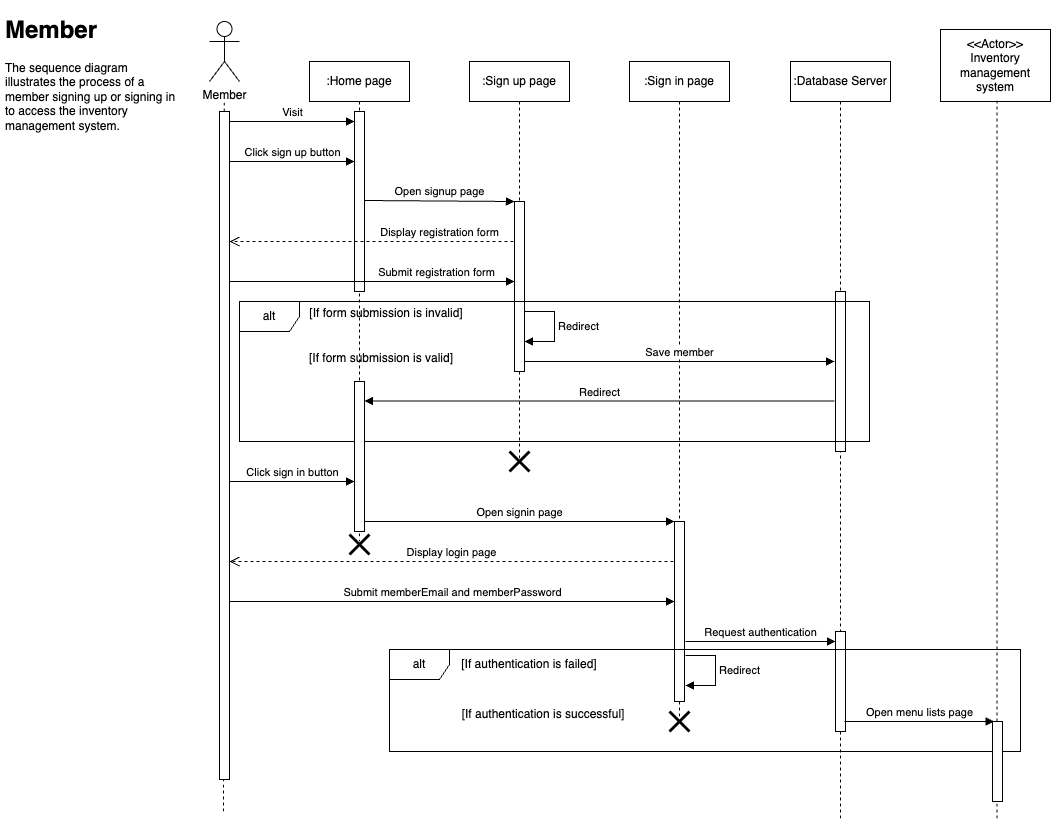
Before: sequence_diagram(Member).drawio.png, a diagram exported from draw.io (Rlohaustralia/oporto-inventory-management-system). Source tidied: cells renumbered, new cells last; positions are measured from the earlier drawing's top-left corner, leaving out a move shared by most shapes. The source it was exported from:
```xml
<mxGraphModel>
  <root>
    <mxCell id="0" />
    <mxCell id="1" parent="0" />
    <mxCell id="2" value="Member" style="shape=umlActor;verticalLabelPosition=bottom;verticalAlign=top;html=1;" parent="1" vertex="1">
      <mxGeometry x="209" y="11" width="30" height="60" as="geometry" />
    </mxCell>
    <mxCell id="3" style="endArrow=none;dashed=1;html=1;rounded=0;" parent="1" edge="1" source="5">
      <mxGeometry relative="1" as="geometry">
        <mxPoint x="223.6" y="91" as="targetPoint" />
      </mxGeometry>
    </mxCell>
    <mxCell id="4" style="endArrow=none;dashed=1;html=1;rounded=0;" parent="1" edge="1" target="5">
      <mxGeometry relative="1" as="geometry">
        <mxPoint x="223" y="801" as="sourcePoint" />
      </mxGeometry>
    </mxCell>
    <mxCell id="5" style="html=1;points=[[0,0,0,0,5],[0,1,0,0,-5],[1,0,0,0,5],[1,1,0,0,-5]];perimeter=orthogonalPerimeter;outlineConnect=0;targetShapes=umlLifeline;portConstraint=eastwest;newEdgeStyle={&quot;curved&quot;:0,&quot;rounded&quot;:0};" parent="1" vertex="1">
      <mxGeometry x="219" y="101" width="10" height="668" as="geometry" />
    </mxCell>
    <mxCell id="6" value=":Home page" style="shape=umlLifeline;perimeter=lifelinePerimeter;whiteSpace=wrap;html=1;newEdgeStyle={&quot;curved&quot;:0,&quot;rounded&quot;:0};" parent="1" vertex="1">
      <mxGeometry x="309" y="51" width="100" height="480" as="geometry" />
    </mxCell>
    <mxCell id="7" style="html=1;points=[[0,0,0,0,5],[0,1,0,0,-5],[1,0,0,0,5],[1,1,0,0,-5]];perimeter=orthogonalPerimeter;outlineConnect=0;targetShapes=umlLifeline;portConstraint=eastwest;newEdgeStyle={&quot;curved&quot;:0,&quot;rounded&quot;:0};" parent="6" vertex="1">
      <mxGeometry x="45" y="50" width="10" height="180" as="geometry" />
    </mxCell>
    <mxCell id="8" value=":Sign up page" style="shape=umlLifeline;perimeter=lifelinePerimeter;whiteSpace=wrap;html=1;newEdgeStyle={&quot;curved&quot;:0,&quot;rounded&quot;:0};" parent="1" vertex="1">
      <mxGeometry x="469" y="51" width="100" height="400" as="geometry" />
    </mxCell>
    <mxCell id="9" style="html=1;points=[[0,0,0,0,5],[0,1,0,0,-5],[1,0,0,0,5],[1,1,0,0,-5]];perimeter=orthogonalPerimeter;outlineConnect=0;targetShapes=umlLifeline;portConstraint=eastwest;newEdgeStyle={&quot;curved&quot;:0,&quot;rounded&quot;:0};" parent="8" vertex="1">
      <mxGeometry x="45" y="140" width="10" height="170" as="geometry" />
    </mxCell>
    <mxCell id="10" value="Redirect" style="html=1;align=left;spacingLeft=2;endArrow=block;rounded=0;edgeStyle=orthogonalEdgeStyle;curved=0;rounded=0;" parent="8" edge="1">
      <mxGeometry relative="1" as="geometry">
        <mxPoint x="55" y="250" as="sourcePoint" />
        <mxPoint x="55" y="280" as="targetPoint" />
        <Array as="points">
          <mxPoint x="85" y="280" />
        </Array>
      </mxGeometry>
    </mxCell>
    <mxCell id="11" value=":Sign in page" style="shape=umlLifeline;perimeter=lifelinePerimeter;whiteSpace=wrap;html=1;newEdgeStyle={&quot;curved&quot;:0,&quot;rounded&quot;:0};" parent="1" vertex="1">
      <mxGeometry x="629" y="51" width="100" height="660" as="geometry" />
    </mxCell>
    <mxCell id="12" style="html=1;points=[[0,0,0,0,5],[0,1,0,0,-5],[1,0,0,0,5],[1,1,0,0,-5]];perimeter=orthogonalPerimeter;outlineConnect=0;targetShapes=umlLifeline;portConstraint=eastwest;newEdgeStyle={&quot;curved&quot;:0,&quot;rounded&quot;:0};" parent="11" vertex="1">
      <mxGeometry x="45" y="460" width="10" height="180" as="geometry" />
    </mxCell>
    <mxCell id="13" value="Visit" style="html=1;verticalAlign=bottom;endArrow=block;curved=0;rounded=0;" parent="1" edge="1" target="7">
      <mxGeometry relative="1" as="geometry">
        <mxPoint x="229" y="111" as="sourcePoint" />
      </mxGeometry>
    </mxCell>
    <mxCell id="14" value="Click sign up button" style="html=1;verticalAlign=bottom;endArrow=block;curved=0;rounded=0;" parent="1" edge="1" target="7">
      <mxGeometry x="0.01" relative="1" as="geometry">
        <mxPoint x="229" y="151" as="sourcePoint" />
      </mxGeometry>
    </mxCell>
    <mxCell id="15" value="Open signup page" style="html=1;verticalAlign=bottom;endArrow=block;curved=0;rounded=0;" parent="1" edge="1" target="9">
      <mxGeometry relative="1" as="geometry">
        <mxPoint x="364" y="190" as="sourcePoint" />
      </mxGeometry>
    </mxCell>
    <mxCell id="16" value=":Database Server" style="shape=umlLifeline;perimeter=lifelinePerimeter;whiteSpace=wrap;html=1;newEdgeStyle={&quot;curved&quot;:0,&quot;rounded&quot;:0};" parent="1" vertex="1">
      <mxGeometry x="790" y="51" width="100" height="760" as="geometry" />
    </mxCell>
    <mxCell id="17" style="html=1;perimeter=orthogonalPerimeter;targetShapes=umlLifeline;newEdgeStyle={&quot;curved&quot;:0,&quot;rounded&quot;:0};" parent="16" vertex="1">
      <mxGeometry x="45" y="230" width="10" height="160" as="geometry" />
    </mxCell>
    <mxCell id="18" style="html=1;perimeter=orthogonalPerimeter;targetShapes=umlLifeline;newEdgeStyle={&quot;curved&quot;:0,&quot;rounded&quot;:0};" parent="16" vertex="1">
      <mxGeometry x="45" y="570" width="10" height="100" as="geometry" />
    </mxCell>
    <mxCell id="19" value="Submit registration form" style="html=1;verticalAlign=bottom;endArrow=block;curved=0;rounded=0;" parent="1" edge="1" target="9">
      <mxGeometry x="0.45" relative="1" as="geometry">
        <mxPoint x="229" y="271" as="sourcePoint" />
      </mxGeometry>
    </mxCell>
    <mxCell id="20" value="Save member" style="html=1;verticalAlign=bottom;endArrow=block;curved=0;rounded=0;" parent="1" edge="1">
      <mxGeometry relative="1" as="geometry">
        <mxPoint x="524" y="351" as="sourcePoint" />
        <mxPoint x="834" y="351" as="targetPoint" />
      </mxGeometry>
    </mxCell>
    <mxCell id="21" value="alt" style="shape=umlFrame;whiteSpace=wrap;html=1;" parent="1" vertex="1">
      <mxGeometry x="239" y="291" width="630" height="140" as="geometry" />
    </mxCell>
    <mxCell id="22" value="Display registration form" style="html=1;verticalAlign=bottom;endArrow=open;dashed=1;endSize=8;curved=0;rounded=0;" parent="1" edge="1" target="5">
      <mxGeometry x="-0.48" relative="1" as="geometry">
        <mxPoint x="513" y="231" as="sourcePoint" />
      </mxGeometry>
    </mxCell>
    <mxCell id="23" value="[If form submission is invalid]" style="text;html=1;align=center;verticalAlign=middle;whiteSpace=wrap;rounded=0;" parent="1" vertex="1">
      <mxGeometry x="291" y="288" width="190" height="30" as="geometry" />
    </mxCell>
    <mxCell id="24" value="[If form submission is valid]" style="text;html=1;align=center;verticalAlign=middle;whiteSpace=wrap;rounded=0;" parent="1" vertex="1">
      <mxGeometry x="286" y="333" width="190" height="30" as="geometry" />
    </mxCell>
    <mxCell id="25" style="html=1;perimeter=orthogonalPerimeter;targetShapes=umlLifeline;newEdgeStyle={&quot;curved&quot;:0,&quot;rounded&quot;:0};" parent="1" vertex="1">
      <mxGeometry x="354" y="371" width="10" height="150" as="geometry" />
    </mxCell>
    <mxCell id="26" value="Redirect" style="html=1;verticalAlign=bottom;endArrow=block;curved=0;rounded=0;" parent="1" edge="1">
      <mxGeometry relative="1" as="geometry">
        <mxPoint x="834" y="390.5" as="sourcePoint" />
        <mxPoint x="364" y="390.5" as="targetPoint" />
      </mxGeometry>
    </mxCell>
    <mxCell id="27" value="Click sign in button" style="html=1;verticalAlign=bottom;endArrow=block;curved=0;rounded=0;" parent="1" edge="1">
      <mxGeometry x="0.01" relative="1" as="geometry">
        <mxPoint x="229" y="471" as="sourcePoint" />
        <mxPoint x="354" y="471" as="targetPoint" />
      </mxGeometry>
    </mxCell>
    <mxCell id="28" value="Open signin page" style="html=1;verticalAlign=bottom;endArrow=block;curved=0;rounded=0;" parent="1" edge="1" target="12">
      <mxGeometry relative="1" as="geometry">
        <mxPoint x="364" y="511" as="sourcePoint" />
      </mxGeometry>
    </mxCell>
    <mxCell id="29" value="Display login page" style="html=1;verticalAlign=bottom;endArrow=open;dashed=1;endSize=8;curved=0;rounded=0;" parent="1" edge="1" target="5">
      <mxGeometry relative="1" as="geometry">
        <mxPoint x="673" y="551" as="sourcePoint" />
      </mxGeometry>
    </mxCell>
    <mxCell id="30" value="Submit memberEmail and memberPassword" style="html=1;verticalAlign=bottom;endArrow=block;curved=0;rounded=0;" parent="1" edge="1" target="12">
      <mxGeometry relative="1" as="geometry">
        <mxPoint x="229" y="591" as="sourcePoint" />
      </mxGeometry>
    </mxCell>
    <mxCell id="31" value="alt" style="shape=umlFrame;whiteSpace=wrap;html=1;" parent="1" vertex="1">
      <mxGeometry x="389" y="639" width="631" height="102" as="geometry" />
    </mxCell>
    <mxCell id="32" value="Redirect" style="html=1;align=left;spacingLeft=2;endArrow=block;rounded=0;edgeStyle=orthogonalEdgeStyle;curved=0;rounded=0;" parent="1" edge="1">
      <mxGeometry relative="1" as="geometry">
        <mxPoint x="685" y="645" as="sourcePoint" />
        <mxPoint x="685" y="675" as="targetPoint" />
        <Array as="points">
          <mxPoint x="715" y="675" />
        </Array>
      </mxGeometry>
    </mxCell>
    <mxCell id="33" value="[If authentication is failed]" style="text;html=1;align=center;verticalAlign=middle;whiteSpace=wrap;rounded=0;" parent="1" vertex="1">
      <mxGeometry x="434" y="639" width="190" height="30" as="geometry" />
    </mxCell>
    <mxCell id="34" value="[If authentication is successful]" style="text;html=1;align=center;verticalAlign=middle;whiteSpace=wrap;rounded=0;" parent="1" vertex="1">
      <mxGeometry x="448" y="689" width="190" height="30" as="geometry" />
    </mxCell>
    <mxCell id="35" value="Request authentication" style="html=1;verticalAlign=bottom;endArrow=block;curved=0;rounded=0;" parent="1" edge="1">
      <mxGeometry relative="1" as="geometry">
        <mxPoint x="685" y="631" as="sourcePoint" />
        <mxPoint x="835" y="631" as="targetPoint" />
      </mxGeometry>
    </mxCell>
    <mxCell id="36" value="Open menu lists page" style="html=1;verticalAlign=bottom;endArrow=block;curved=0;rounded=0;" parent="1" edge="1">
      <mxGeometry relative="1" as="geometry">
        <mxPoint x="844" y="711" as="sourcePoint" />
        <mxPoint x="993.5" y="711" as="targetPoint" />
      </mxGeometry>
    </mxCell>
    <mxCell id="37" style="shape=umlDestroy;whiteSpace=wrap;html=1;strokeWidth=3;targetShapes=umlLifeline;" parent="1" vertex="1">
      <mxGeometry x="349" y="524" width="20" height="20" as="geometry" />
    </mxCell>
    <mxCell id="38" style="shape=umlDestroy;whiteSpace=wrap;html=1;strokeWidth=3;targetShapes=umlLifeline;" parent="1" vertex="1">
      <mxGeometry x="509" y="441" width="20" height="20" as="geometry" />
    </mxCell>
    <mxCell id="39" style="shape=umlDestroy;whiteSpace=wrap;html=1;strokeWidth=3;targetShapes=umlLifeline;" parent="1" vertex="1">
      <mxGeometry x="669" y="701" width="20" height="20" as="geometry" />
    </mxCell>
    <mxCell id="40" value="&lt;h1&gt;Member&lt;/h1&gt;&lt;p&gt;The sequence diagram illustrates the process of a member signing up or signing in to access the inventory management system.&lt;br&gt;&lt;br&gt;&lt;br&gt;&lt;/p&gt;" style="text;html=1;spacing=5;spacingTop=-20;whiteSpace=wrap;overflow=hidden;rounded=0;" parent="1" vertex="1">
      <mxGeometry width="180" height="160" as="geometry" />
    </mxCell>
    <mxCell id="41" value="&amp;lt;&amp;lt;Actor&amp;gt;&amp;gt;&lt;br style=&quot;border-color: var(--border-color);&quot;&gt;Inventory management system" style="html=1;whiteSpace=wrap;" parent="1" vertex="1">
      <mxGeometry x="940" y="19" width="110" height="72" as="geometry" />
    </mxCell>
    <mxCell id="42" style="endArrow=none;dashed=1;html=1;rounded=0;" parent="1" edge="1" source="44">
      <mxGeometry relative="1" as="geometry">
        <mxPoint x="996.4" y="90" as="targetPoint" />
      </mxGeometry>
    </mxCell>
    <mxCell id="43" style="endArrow=none;dashed=1;html=1;rounded=0;" parent="1" edge="1" target="44">
      <mxGeometry relative="1" as="geometry">
        <mxPoint x="996.4" y="808" as="sourcePoint" />
      </mxGeometry>
    </mxCell>
    <mxCell id="44" style="html=1;points=[[0,0,0,0,5],[0,1,0,0,-5],[1,0,0,0,5],[1,1,0,0,-5]];perimeter=orthogonalPerimeter;outlineConnect=0;targetShapes=umlLifeline;portConstraint=eastwest;newEdgeStyle={&quot;curved&quot;:0,&quot;rounded&quot;:0};" parent="1" vertex="1">
      <mxGeometry x="992" y="711" width="10" height="80" as="geometry" />
    </mxCell>
  </root>
</mxGraphModel>
```
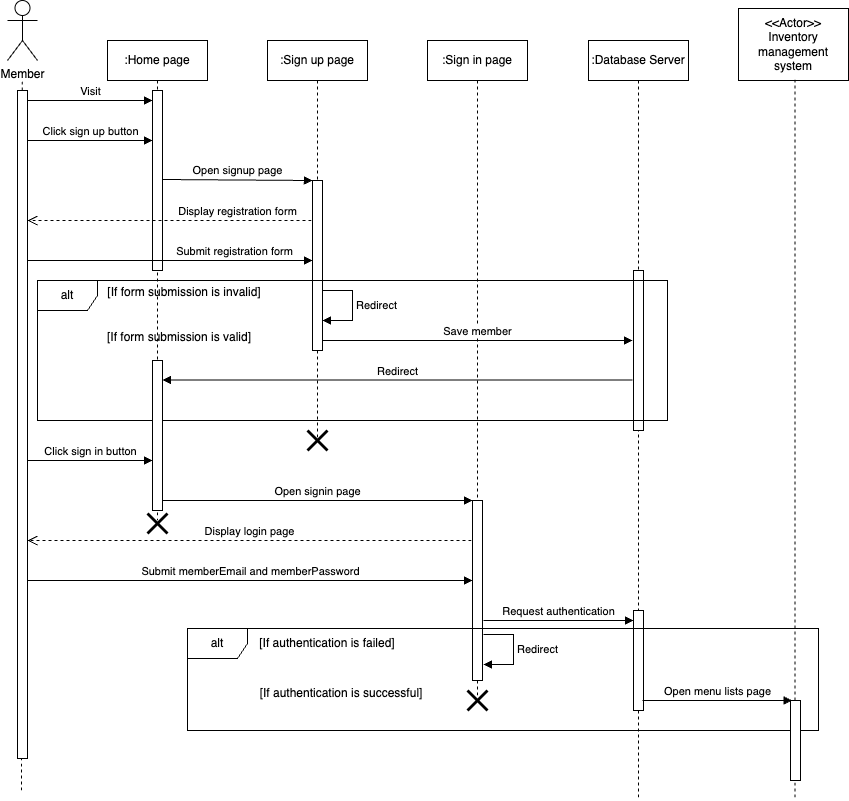
Above is the later version.

The edit, as a diff of the source:
```diff
@@ -163,9 +163,6 @@
     <mxCell id="39" style="shape=umlDestroy;whiteSpace=wrap;html=1;strokeWidth=3;targetShapes=umlLifeline;" parent="1" vertex="1">
       <mxGeometry x="669" y="701" width="20" height="20" as="geometry" />
     </mxCell>
-    <mxCell id="40" value="&lt;h1&gt;Member&lt;/h1&gt;&lt;p&gt;The sequence diagram illustrates the process of a member signing up or signing in to access the inventory management system.&lt;br&gt;&lt;br&gt;&lt;br&gt;&lt;/p&gt;" style="text;html=1;spacing=5;spacingTop=-20;whiteSpace=wrap;overflow=hidden;rounded=0;" parent="1" vertex="1">
-      <mxGeometry width="180" height="160" as="geometry" />
-    </mxCell>
     <mxCell id="41" value="&amp;lt;&amp;lt;Actor&amp;gt;&amp;gt;&lt;br style=&quot;border-color: var(--border-color);&quot;&gt;Inventory management system" style="html=1;whiteSpace=wrap;" parent="1" vertex="1">
       <mxGeometry x="940" y="19" width="110" height="72" as="geometry" />
     </mxCell>
```
